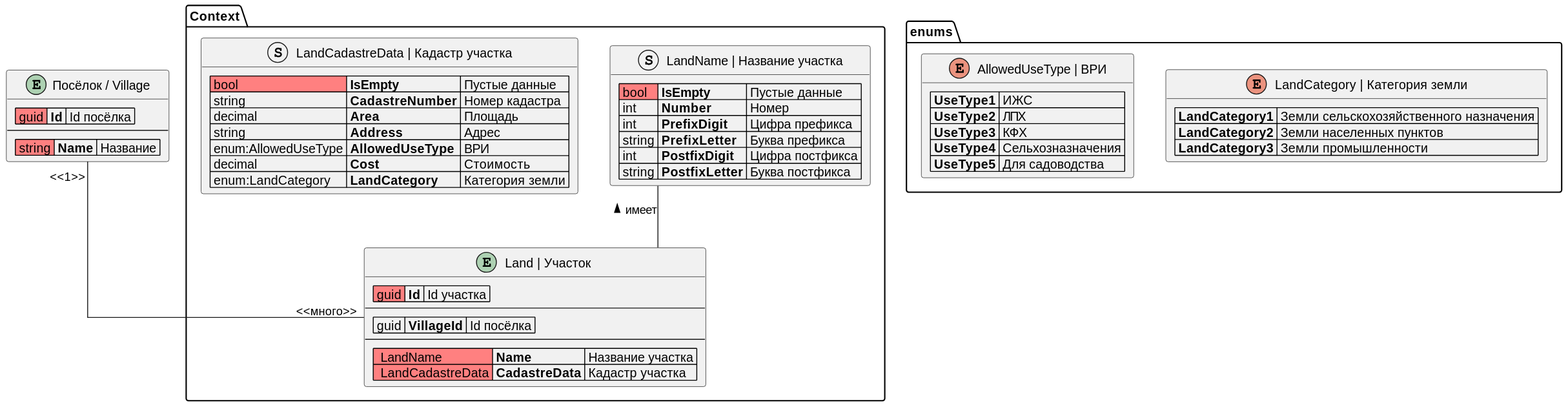
This is docs/modules/entities/images/land.svg from smilovanov-5am/Lokeo.Docs, a PlantUML export, as it was before one commit. The source it was exported from:
```plantuml
@startuml

skinparam linetype ortho

!includesub village.puml!Main

package Context
{
    !startsub Main
    entity "Land | Участок " as Land {
        |<#FF8080> guid |= Id | Id участка |
        --
        | guid |= VillageId | Id посёлка |
        --
        |<#FF8080>  LandName |= Name | Название участка |
        |<#FF8080>  LandCadastreData |= CadastreData | Кадастр участка |
    }
    !endsub

    struct "LandName | Название участка" as LandName {
        |<#FF8080> bool |= IsEmpty | Пустые данные |
        | int |= Number | Номер |
        | int |= PrefixDigit | Цифра префикса |
        | string |= PrefixLetter | Буква префикса |
        | int |= PostfixDigit | Цифра постфикса |
        | string |= PostfixLetter | Буква постфикса |
    }

    struct "LandCadastreData | Кадастр участка" as LandCadastreData {
        |<#FF8080> bool |= IsEmpty | Пустые данные |
        | string |= CadastreNumber | Номер кадастра |
        | decimal |= Area | Площадь |
        | string |= Address | Адрес |
        | enum:AllowedUseType |= AllowedUseType | ВРИ |
        | decimal |= Cost | Стоимость |
        | enum:LandCategory |= LandCategory | Категория земли |
    }
}


package enums
{
    enum "LandCategory | Категория земли" as LandCategory {
        |= LandCategory1 | Земли сельскохозяйственного назначения |
        |= LandCategory2 | Земли населенных пунктов |
        |= LandCategory3 | Земли промышленности |
    }

    enum "AllowedUseType | ВРИ" as AllowedUseType {
        |= UseType1 | ИЖС |
        |= UseType2 | ЛПХ |
        |= UseType3 | КФХ |
        |= UseType4 | Сельхозназначения |
        |= UseType5 | Для садоводства |
    }
}


LandName -- Land : < имеет

!includesub relations.puml!Land

@enduml
```
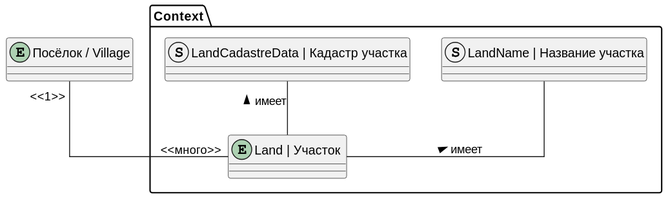
The same diagram one commit later.

What changed in the source:
```diff
@@ -8,55 +8,18 @@
 {
     !startsub Main
     entity "Land | Участок " as Land {
-        |<#FF8080> guid |= Id | Id участка |
-        --
-        | guid |= VillageId | Id посёлка |
-        --
-        |<#FF8080>  LandName |= Name | Название участка |
-        |<#FF8080>  LandCadastreData |= CadastreData | Кадастр участка |
     }
     !endsub
 
     struct "LandName | Название участка" as LandName {
-        |<#FF8080> bool |= IsEmpty | Пустые данные |
-        | int |= Number | Номер |
-        | int |= PrefixDigit | Цифра префикса |
-        | string |= PrefixLetter | Буква префикса |
-        | int |= PostfixDigit | Цифра постфикса |
-        | string |= PostfixLetter | Буква постфикса |
     }
 
     struct "LandCadastreData | Кадастр участка" as LandCadastreData {
-        |<#FF8080> bool |= IsEmpty | Пустые данные |
-        | string |= CadastreNumber | Номер кадастра |
-        | decimal |= Area | Площадь |
-        | string |= Address | Адрес |
-        | enum:AllowedUseType |= AllowedUseType | ВРИ |
-        | decimal |= Cost | Стоимость |
-        | enum:LandCategory |= LandCategory | Категория земли |
     }
 }
 
-
-package enums
-{
-    enum "LandCategory | Категория земли" as LandCategory {
-        |= LandCategory1 | Земли сельскохозяйственного назначения |
-        |= LandCategory2 | Земли населенных пунктов |
-        |= LandCategory3 | Земли промышленности |
-    }
-
-    enum "AllowedUseType | ВРИ" as AllowedUseType {
-        |= UseType1 | ИЖС |
-        |= UseType2 | ЛПХ |
-        |= UseType3 | КФХ |
-        |= UseType4 | Сельхозназначения |
-        |= UseType5 | Для садоводства |
-    }
-}
-
-
 LandName -- Land : < имеет
+LandCadastreData -- Land : < имеет
 
 !includesub relations.puml!Land
 
```
